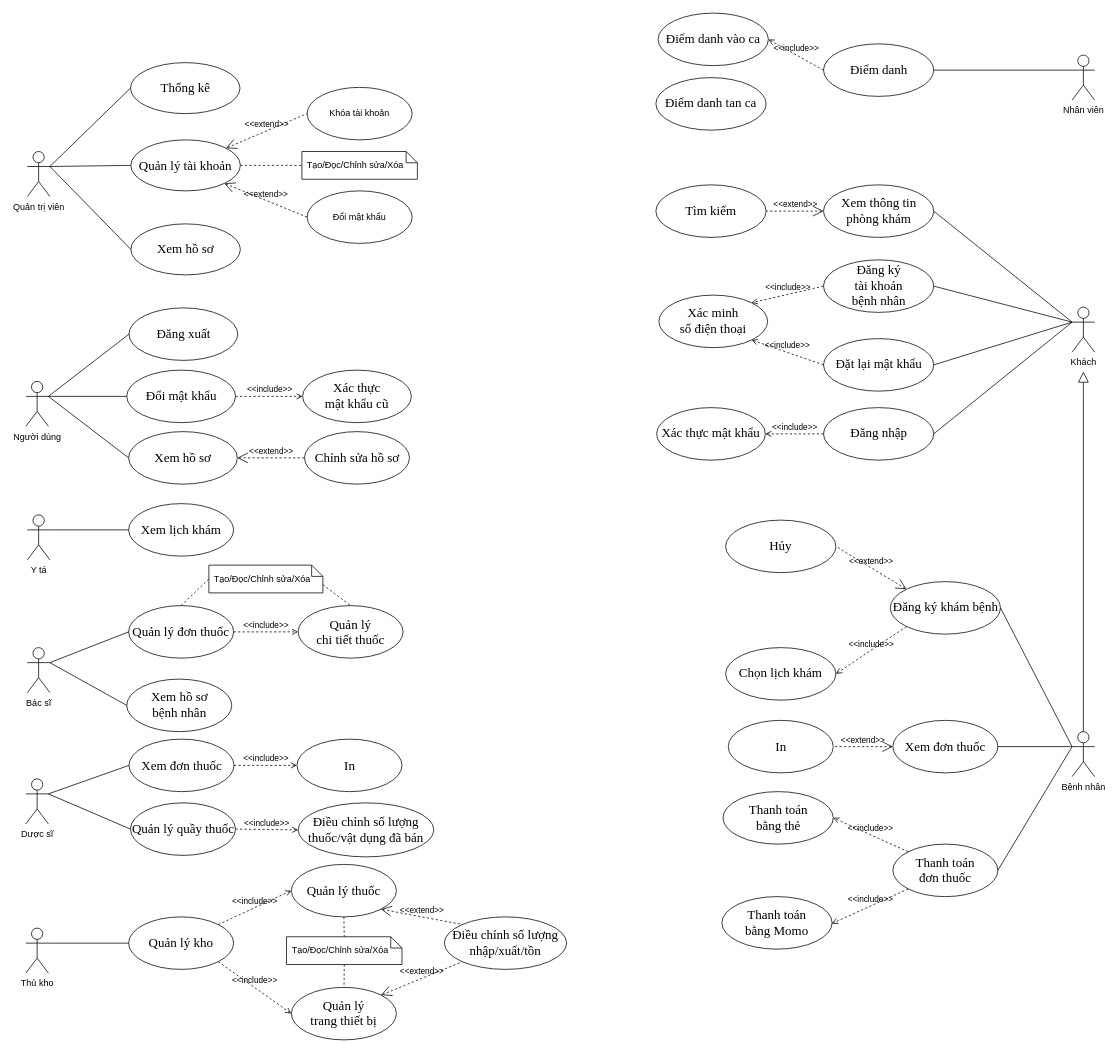
Earlier version of the draw.io diagram designs/luc.drawio (luclegen/medicine16). Source tidied: cells renumbered, new cells numbered last; positions are measured from the earlier drawing's top-left corner, leaving out a move shared by most shapes. Both pictures are drawn from the tidied source at 75%, with x=0, y=0 at pixel (26, 13).
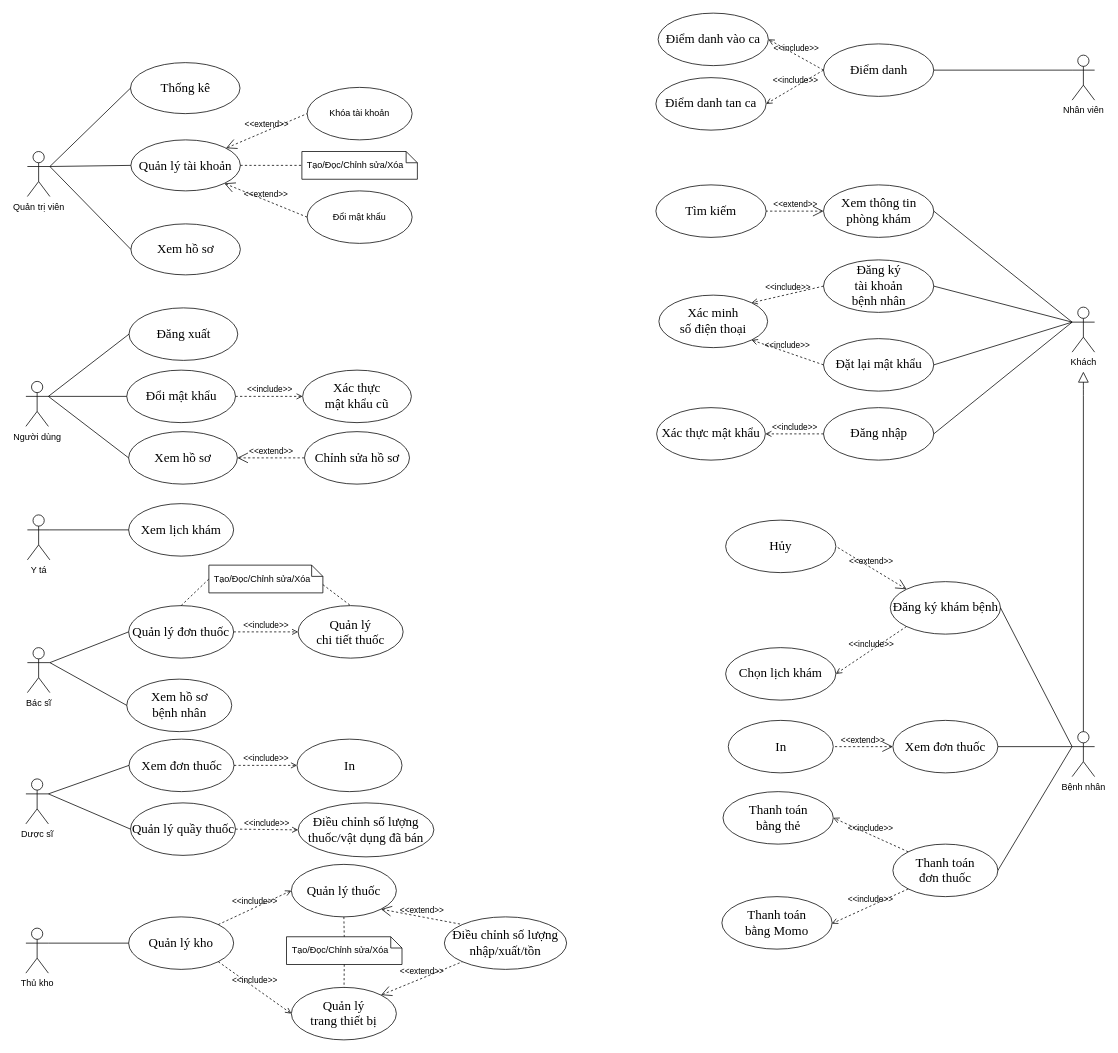
The same diagram, later.

Commit message:
Join Điểm danh tan ca with Điểm danh

Unchanged cells that the change refers to:
```xml
<mxCell id="96" value="&lt;font face=&quot;times new roman, serif&quot;&gt;&lt;span style=&quot;font-size: 17.3333px&quot;&gt;Điểm danh&lt;/span&gt;&lt;/font&gt;" style="ellipse;whiteSpace=wrap;html=1;" parent="1" vertex="1">
  <mxGeometry x="1063.5" y="41" width="147" height="70" as="geometry" />
</mxCell>
<mxCell id="98" value="&lt;font face=&quot;times new roman, serif&quot;&gt;&lt;span style=&quot;font-size: 17.3333px&quot;&gt;Điểm danh tan ca&lt;/span&gt;&lt;/font&gt;" style="ellipse;whiteSpace=wrap;html=1;" parent="1" vertex="1">
  <mxGeometry x="840" y="86" width="147" height="70" as="geometry" />
</mxCell>
```

What changed in the source:
```diff
@@
+    <mxCell id="101" value="&amp;lt;&amp;lt;include&amp;gt;&amp;gt;" style="edgeStyle=none;html=1;endArrow=open;verticalAlign=bottom;dashed=1;labelBackgroundColor=none;entryX=1;entryY=0.5;entryDx=0;entryDy=0;exitX=0;exitY=0.5;exitDx=0;exitDy=0;" parent="1" edge="1" source="96" target="98">
+      <mxGeometry relative="1" as="geometry" />
+    </mxCell>
```
